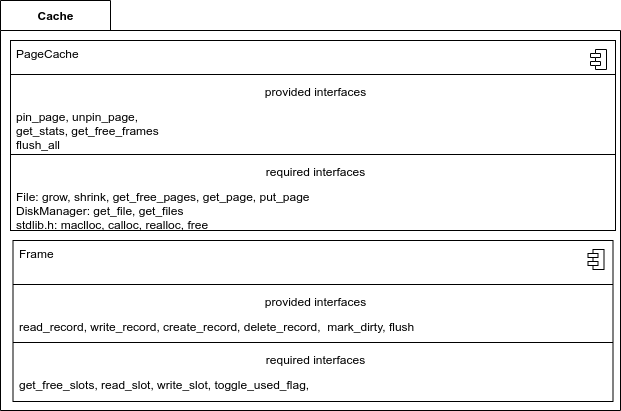
This is doc/user_guide/img/cache_arch.png from SomeUserName1/master, a draw.io export, as it was before one commit. Source tidied: cells renumbered, new cells last; positions are measured from the earlier drawing's top-left corner, leaving out a move shared by most shapes. Source of this version:
```xml
<mxGraphModel>
  <root>
    <mxCell id="0" />
    <mxCell id="1" parent="0" />
    <mxCell id="2" value="Cache" style="shape=folder;fontStyle=1;tabWidth=110;tabHeight=30;tabPosition=left;html=1;boundedLbl=1;labelInHeader=1;" parent="1" vertex="1">
      <mxGeometry width="620" height="410" as="geometry" />
    </mxCell>
    <mxCell id="3" style="fontStyle=1;align=center;verticalAlign=top;horizontal=1;" parent="1" vertex="1">
      <mxGeometry x="10" y="40" width="605" height="190" as="geometry" />
    </mxCell>
    <mxCell id="4" value="PageCache" style="html=1;align=left;spacingLeft=4;verticalAlign=top;strokeColor=none;fillColor=none;" parent="3" vertex="1">
      <mxGeometry width="605" height="30" as="geometry" />
    </mxCell>
    <mxCell id="5" style="shape=module;jettyWidth=10;jettyHeight=4;" parent="4" vertex="1">
      <mxGeometry x="1" width="16" height="20" relative="1" as="geometry">
        <mxPoint x="-25" y="9" as="offset" />
      </mxGeometry>
    </mxCell>
    <mxCell id="6" style="line;strokeWidth=1;fillColor=none;align=left;verticalAlign=middle;spacingTop=-1;spacingLeft=3;spacingRight=3;labelPosition=right;" parent="3" vertex="1">
      <mxGeometry y="30" width="605" height="8" as="geometry" />
    </mxCell>
    <mxCell id="7" value="provided interfaces" style="html=1;align=center;spacingLeft=4;verticalAlign=top;strokeColor=none;fillColor=none;" parent="3" vertex="1">
      <mxGeometry y="38" width="605" height="25" as="geometry" />
    </mxCell>
    <mxCell id="8" value="pin_page, unpin_page,&lt;br&gt;get_stats, get_free_frames&lt;br&gt;flush_all" style="html=1;align=left;spacingLeft=4;verticalAlign=top;strokeColor=none;fillColor=none;" parent="3" vertex="1">
      <mxGeometry y="63" width="605" height="47" as="geometry" />
    </mxCell>
    <mxCell id="9" style="line;strokeWidth=1;fillColor=none;align=left;verticalAlign=middle;spacingTop=-1;spacingLeft=3;spacingRight=3;labelPosition=right;" parent="3" vertex="1">
      <mxGeometry y="110" width="605" height="8" as="geometry" />
    </mxCell>
    <mxCell id="10" value="required interfaces" style="html=1;align=center;spacingLeft=4;verticalAlign=top;strokeColor=none;fillColor=none;" parent="3" vertex="1">
      <mxGeometry y="118" width="605" height="25" as="geometry" />
    </mxCell>
    <mxCell id="11" value="File: grow, shrink, get_free_pages, get_page, put_page&amp;nbsp;&lt;br&gt;DiskManager: get_file, get_files&lt;br&gt;stdlib.h: maclloc, calloc, realloc, free" style="html=1;align=left;spacingLeft=4;verticalAlign=top;strokeColor=none;fillColor=none;" parent="3" vertex="1">
      <mxGeometry y="143" width="605" height="47" as="geometry" />
    </mxCell>
    <mxCell id="12" style="fontStyle=1;align=center;verticalAlign=top;horizontal=1;" parent="1" vertex="1">
      <mxGeometry x="12.5" y="240" width="600" height="161" as="geometry" />
    </mxCell>
    <mxCell id="13" value="Frame" style="html=1;align=left;spacingLeft=4;verticalAlign=top;strokeColor=none;fillColor=none;" parent="12" vertex="1">
      <mxGeometry width="600" height="40" as="geometry" />
    </mxCell>
    <mxCell id="14" style="shape=module;jettyWidth=10;jettyHeight=4;" parent="13" vertex="1">
      <mxGeometry x="1" width="16" height="20" relative="1" as="geometry">
        <mxPoint x="-25" y="9" as="offset" />
      </mxGeometry>
    </mxCell>
    <mxCell id="15" style="line;strokeWidth=1;fillColor=none;align=left;verticalAlign=middle;spacingTop=-1;spacingLeft=3;spacingRight=3;labelPosition=right;" parent="12" vertex="1">
      <mxGeometry y="40" width="600" height="8" as="geometry" />
    </mxCell>
    <mxCell id="16" value="provided interfaces" style="html=1;align=center;spacingLeft=4;verticalAlign=top;strokeColor=none;fillColor=none;" parent="12" vertex="1">
      <mxGeometry y="48" width="600" height="25" as="geometry" />
    </mxCell>
    <mxCell id="17" value="read_record, write_record, create_record, delete_record,&amp;nbsp;&amp;nbsp;mark_dirty, flush" style="html=1;align=left;spacingLeft=4;verticalAlign=top;strokeColor=none;fillColor=none;" parent="12" vertex="1">
      <mxGeometry y="73" width="600" height="25" as="geometry" />
    </mxCell>
    <mxCell id="18" style="line;strokeWidth=1;fillColor=none;align=left;verticalAlign=middle;spacingTop=-1;spacingLeft=3;spacingRight=3;labelPosition=right;" parent="12" vertex="1">
      <mxGeometry y="98" width="600" height="8" as="geometry" />
    </mxCell>
    <mxCell id="19" value="required interfaces" style="html=1;align=center;spacingLeft=4;verticalAlign=top;strokeColor=none;fillColor=none;" parent="12" vertex="1">
      <mxGeometry y="106" width="600" height="25" as="geometry" />
    </mxCell>
    <mxCell id="20" value="get_free_slots, read_slot, write_slot, toggle_used_flag,&amp;nbsp;" style="html=1;align=left;spacingLeft=4;verticalAlign=top;strokeColor=none;fillColor=none;" parent="12" vertex="1">
      <mxGeometry y="131" width="600" height="30" as="geometry" />
    </mxCell>
  </root>
</mxGraphModel>
```
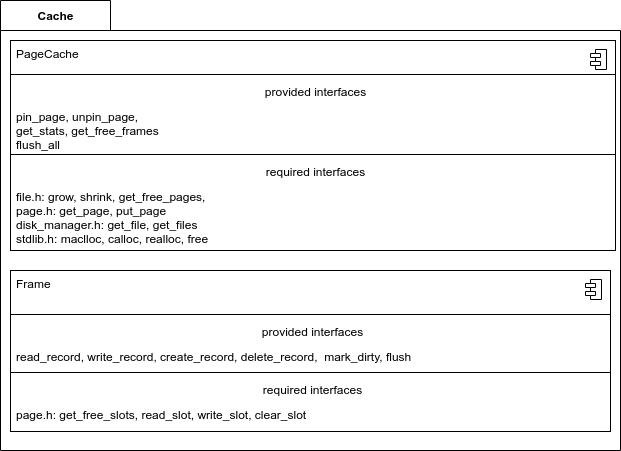
After the commit.

Change to the diagram source:
```diff
@@ -3,10 +3,10 @@
     <mxCell id="0" />
     <mxCell id="1" parent="0" />
     <mxCell id="2" value="Cache" style="shape=folder;fontStyle=1;tabWidth=110;tabHeight=30;tabPosition=left;html=1;boundedLbl=1;labelInHeader=1;" parent="1" vertex="1">
-      <mxGeometry width="620" height="410" as="geometry" />
+      <mxGeometry width="620" height="450" as="geometry" />
     </mxCell>
     <mxCell id="3" style="fontStyle=1;align=center;verticalAlign=top;horizontal=1;" parent="1" vertex="1">
-      <mxGeometry x="10" y="40" width="605" height="190" as="geometry" />
+      <mxGeometry x="10" y="40" width="605" height="210" as="geometry" />
     </mxCell>
     <mxCell id="4" value="PageCache" style="html=1;align=left;spacingLeft=4;verticalAlign=top;strokeColor=none;fillColor=none;" parent="3" vertex="1">
       <mxGeometry width="605" height="30" as="geometry" />
@@ -31,11 +31,11 @@
     <mxCell id="10" value="required interfaces" style="html=1;align=center;spacingLeft=4;verticalAlign=top;strokeColor=none;fillColor=none;" parent="3" vertex="1">
       <mxGeometry y="118" width="605" height="25" as="geometry" />
     </mxCell>
-    <mxCell id="11" value="File: grow, shrink, get_free_pages, get_page, put_page&amp;nbsp;&lt;br&gt;DiskManager: get_file, get_files&lt;br&gt;stdlib.h: maclloc, calloc, realloc, free" style="html=1;align=left;spacingLeft=4;verticalAlign=top;strokeColor=none;fillColor=none;" parent="3" vertex="1">
-      <mxGeometry y="143" width="605" height="47" as="geometry" />
+    <mxCell id="11" value="file.h: grow, shrink, get_free_pages, &lt;br&gt;page.h: get_page, put_page&amp;nbsp;&lt;br&gt;disk_manager.h: get_file, get_files&lt;br&gt;stdlib.h: maclloc, calloc, realloc, free" style="html=1;align=left;spacingLeft=4;verticalAlign=top;strokeColor=none;fillColor=none;" parent="3" vertex="1">
+      <mxGeometry y="143" width="605" height="67" as="geometry" />
     </mxCell>
     <mxCell id="12" style="fontStyle=1;align=center;verticalAlign=top;horizontal=1;" parent="1" vertex="1">
-      <mxGeometry x="12.5" y="240" width="600" height="161" as="geometry" />
+      <mxGeometry x="10" y="270" width="600" height="161" as="geometry" />
     </mxCell>
     <mxCell id="13" value="Frame" style="html=1;align=left;spacingLeft=4;verticalAlign=top;strokeColor=none;fillColor=none;" parent="12" vertex="1">
       <mxGeometry width="600" height="40" as="geometry" />
@@ -60,7 +60,7 @@
     <mxCell id="19" value="required interfaces" style="html=1;align=center;spacingLeft=4;verticalAlign=top;strokeColor=none;fillColor=none;" parent="12" vertex="1">
       <mxGeometry y="106" width="600" height="25" as="geometry" />
     </mxCell>
-    <mxCell id="20" value="get_free_slots, read_slot, write_slot, toggle_used_flag,&amp;nbsp;" style="html=1;align=left;spacingLeft=4;verticalAlign=top;strokeColor=none;fillColor=none;" parent="12" vertex="1">
+    <mxCell id="20" value="page.h: get_free_slots, read_slot, write_slot, clear_slot" style="html=1;align=left;spacingLeft=4;verticalAlign=top;strokeColor=none;fillColor=none;" parent="12" vertex="1">
       <mxGeometry y="131" width="600" height="30" as="geometry" />
     </mxCell>
   </root>
```
